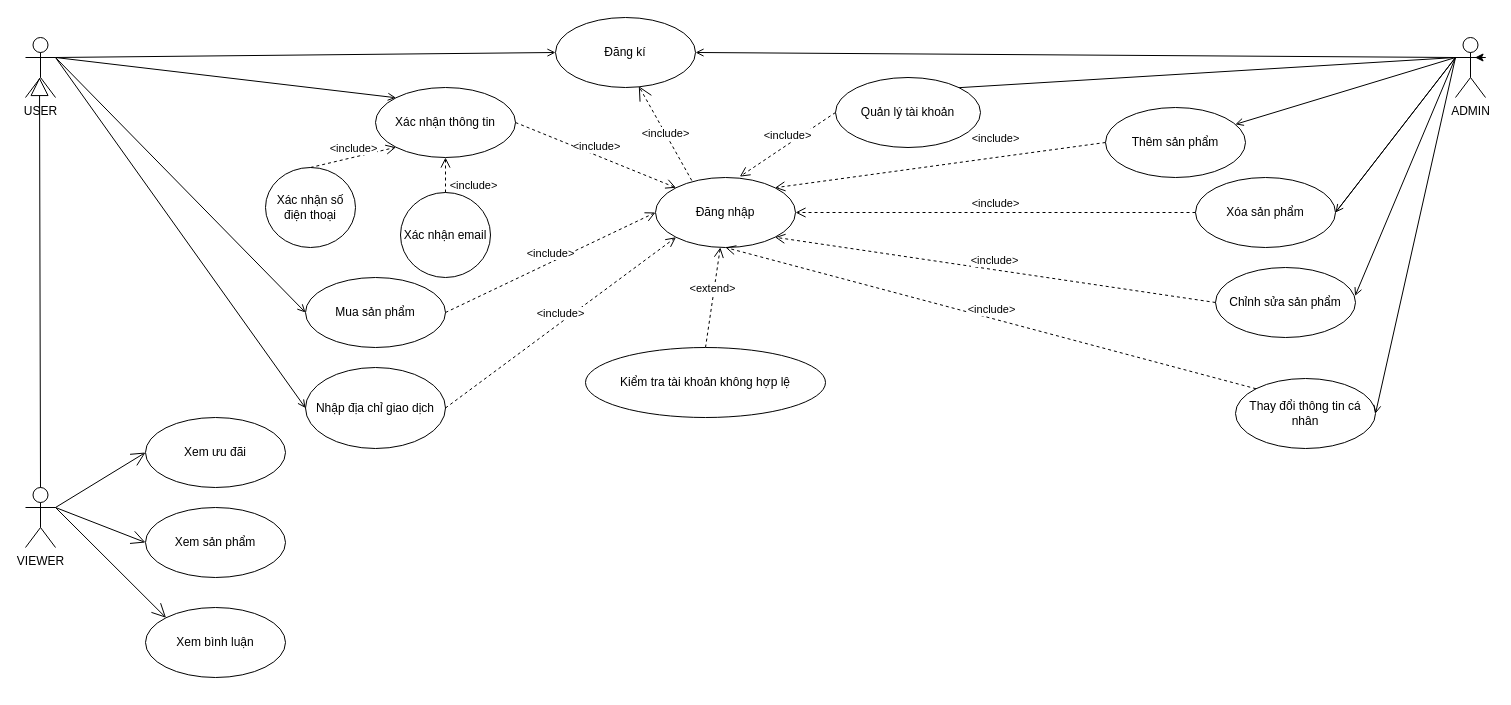
Above: USECASE.drawio in LeeTaDa/LeTatDat (draw.io), before the change. Source tidied: cells renumbered, new cells numbered last; positions are measured from the earlier drawing's top-left corner, leaving out a move shared by most shapes. Both pictures are drawn from the tidied source at 100%, with x=0, y=0 at pixel (25, 17).
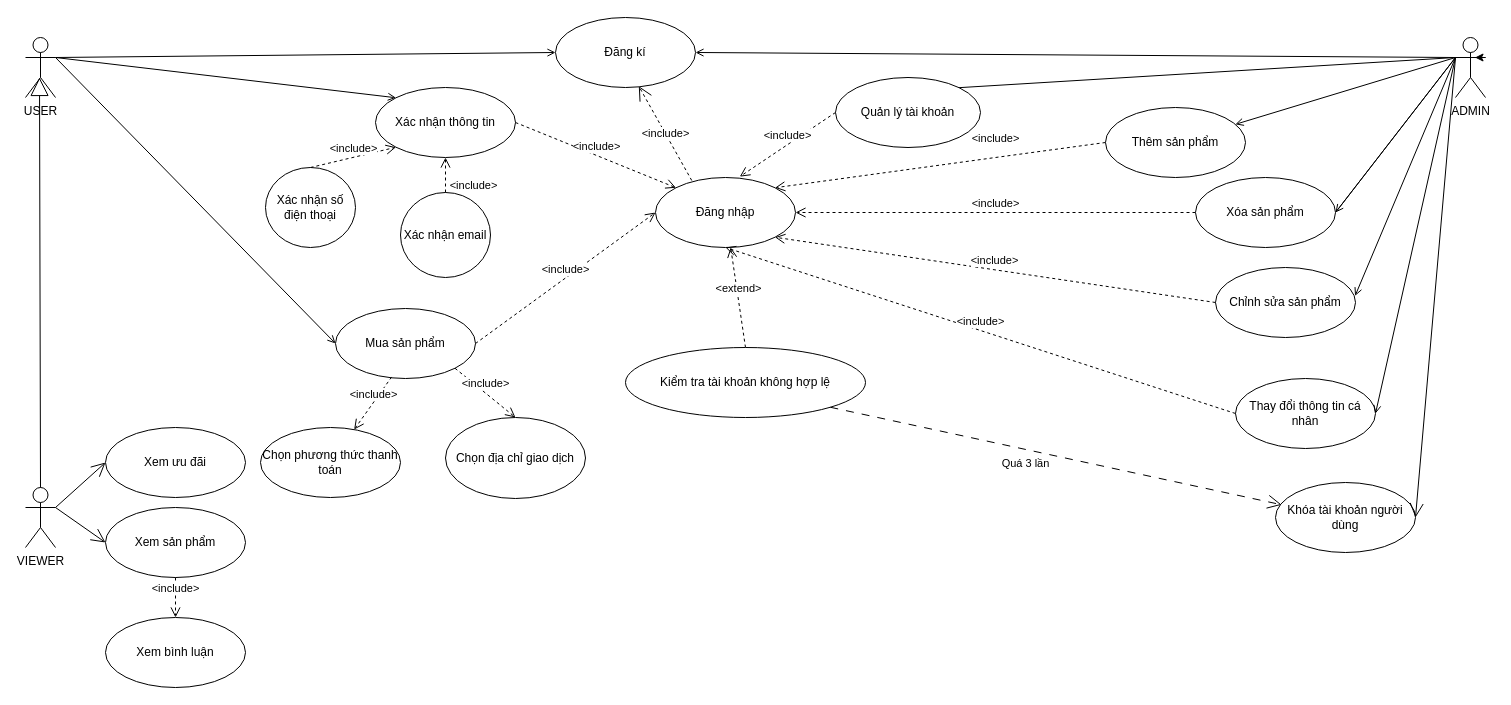
Above is the later version.

Unchanged cells that the change refers to:
```xml
<mxCell id="2" value="USER&lt;div&gt;&lt;br&gt;&lt;/div&gt;" style="shape=umlActor;verticalLabelPosition=bottom;verticalAlign=top;html=1;" parent="1" vertex="1">
  <mxGeometry y="20" width="30" height="60" as="geometry" />
</mxCell>
<mxCell id="4" value="Thay đổi thông tin cá nhân" style="ellipse;whiteSpace=wrap;html=1;" parent="1" vertex="1">
  <mxGeometry x="1210" y="361" width="140" height="70" as="geometry" />
</mxCell>
<mxCell id="6" value="ADMIN&lt;div&gt;&lt;br&gt;&lt;/div&gt;" style="shape=umlActor;verticalLabelPosition=bottom;verticalAlign=top;html=1;" parent="1" vertex="1">
  <mxGeometry x="1430" y="20" width="30" height="60" as="geometry" />
</mxCell>
<mxCell id="20" value="Đăng nhập" style="ellipse;whiteSpace=wrap;html=1;" parent="1" vertex="1">
  <mxGeometry x="630" y="160" width="140" height="70" as="geometry" />
</mxCell>
<mxCell id="41" value="VIEWER&lt;div&gt;&lt;br&gt;&lt;/div&gt;" style="shape=umlActor;verticalLabelPosition=bottom;verticalAlign=top;html=1;outlineConnect=0;" parent="1" vertex="1">
  <mxGeometry y="470" width="30" height="60" as="geometry" />
</mxCell>
```

What changed in the source:
```diff
@@
     <mxCell id="5" value="Mua sản phẩm" style="ellipse;whiteSpace=wrap;html=1;" parent="1" vertex="1">
-      <mxGeometry x="280" y="260" width="140" height="70" as="geometry" />
+      <mxGeometry x="310" y="291" width="140" height="70" as="geometry" />
     </mxCell>
@@
     <mxCell id="19" value="Kiểm tra tài khoản không hợp lệ" style="ellipse;whiteSpace=wrap;html=1;" parent="1" vertex="1">
-      <mxGeometry x="560" y="330" width="240" height="70" as="geometry" />
+      <mxGeometry x="600" y="330" width="240" height="70" as="geometry" />
     </mxCell>
@@
-    <mxCell id="24" value="&amp;lt;include&amp;gt;" style="html=1;verticalAlign=bottom;endArrow=open;dashed=1;endSize=8;curved=0;rounded=0;exitX=0;exitY=0;exitDx=0;exitDy=0;entryX=0.5;entryY=1;entryDx=0;entryDy=0;" parent="1" edge="1" source="4" target="20">
+    <mxCell id="24" value="&amp;lt;include&amp;gt;" style="html=1;verticalAlign=bottom;endArrow=open;dashed=1;endSize=8;curved=0;rounded=0;exitX=0;exitY=0.5;exitDx=0;exitDy=0;entryX=0.5;entryY=1;entryDx=0;entryDy=0;" parent="1" edge="1" source="4" target="20">
       <mxGeometry relative="1" as="geometry" />
     </mxCell>
@@
-    <mxCell id="34" value="Nhập địa chỉ giao dịch" style="ellipse;whiteSpace=wrap;html=1;" parent="1" vertex="1">
-      <mxGeometry x="280" y="350" width="140" height="81" as="geometry" />
+    <mxCell id="34" value="Chọn&lt;span style=&quot;background-color: initial;&quot;&gt;&amp;nbsp;địa chỉ giao dịch&lt;/span&gt;" style="ellipse;whiteSpace=wrap;html=1;" parent="1" vertex="1">
+      <mxGeometry x="420" y="400" width="140" height="81" as="geometry" />
     </mxCell>
-    <mxCell id="35" style="endArrow=none;html=1;rounded=0;entryX=1;entryY=0.3333333333333333;entryDx=0;entryDy=0;entryPerimeter=0;exitX=0;exitY=0.5;exitDx=0;exitDy=0;startArrow=open;startFill=0;endFill=0;" parent="1" edge="1" source="34" target="2">
-      <mxGeometry relative="1" as="geometry" />
-    </mxCell>
-    <mxCell id="36" value="&amp;lt;include&amp;gt;" style="html=1;verticalAlign=bottom;endArrow=open;dashed=1;endSize=8;curved=0;rounded=0;exitX=1;exitY=0.5;exitDx=0;exitDy=0;entryX=0;entryY=1;entryDx=0;entryDy=0;" parent="1" edge="1" source="34" target="20">
-      <mxGeometry relative="1" as="geometry" />
-    </mxCell>
@@
     <mxCell id="43" value="Xem sản phẩm" style="ellipse;whiteSpace=wrap;html=1;" parent="1" vertex="1">
-      <mxGeometry x="120" y="490" width="140" height="70" as="geometry" />
+      <mxGeometry x="80" y="490" width="140" height="70" as="geometry" />
     </mxCell>
     <mxCell id="44" value="Xem bình luận" style="ellipse;whiteSpace=wrap;html=1;" parent="1" vertex="1">
-      <mxGeometry x="120" y="590" width="140" height="70" as="geometry" />
+      <mxGeometry x="80" y="600" width="140" height="70" as="geometry" />
     </mxCell>
     <mxCell id="45" value="Xem ưu đãi" style="ellipse;whiteSpace=wrap;html=1;" parent="1" vertex="1">
-      <mxGeometry x="120" y="400" width="140" height="70" as="geometry" />
+      <mxGeometry x="80" y="410" width="140" height="70" as="geometry" />
     </mxCell>
@@
-    <mxCell id="47" style="endArrow=open;endFill=1;endSize=12;html=1;rounded=0;exitX=1;exitY=0.3333333333333333;exitDx=0;exitDy=0;exitPerimeter=0;entryX=0;entryY=0;entryDx=0;entryDy=0;" parent="1" edge="1" source="41" target="44">
-      <mxGeometry relative="1" as="geometry" />
-    </mxCell>
@@
+    <mxCell id="49" value="&amp;lt;include&amp;gt;" style="html=1;verticalAlign=bottom;endArrow=open;dashed=1;endSize=8;curved=0;rounded=0;exitX=0.5;exitY=1;exitDx=0;exitDy=0;entryX=0.5;entryY=0;entryDx=0;entryDy=0;" parent="1" edge="1" source="43" target="44">
+      <mxGeometry relative="1" as="geometry" />
+    </mxCell>
+    <mxCell id="50" value="Chọn phương thức thanh toán" style="ellipse;whiteSpace=wrap;html=1;" parent="1" vertex="1">
+      <mxGeometry x="235" y="410" width="140" height="70" as="geometry" />
+    </mxCell>
+    <mxCell id="51" value="&amp;lt;include&amp;gt;" style="html=1;verticalAlign=bottom;endArrow=open;dashed=1;endSize=8;curved=0;rounded=0;exitX=1;exitY=1;exitDx=0;exitDy=0;entryX=0.5;entryY=0;entryDx=0;entryDy=0;" parent="1" edge="1" source="5" target="34">
+      <mxGeometry relative="1" as="geometry" />
+    </mxCell>
+    <mxCell id="52" value="&amp;lt;include&amp;gt;" style="html=1;verticalAlign=bottom;endArrow=open;dashed=1;endSize=8;curved=0;rounded=0;exitX=0.401;exitY=0.978;exitDx=0;exitDy=0;exitPerimeter=0;" parent="1" edge="1" source="5" target="50">
+      <mxGeometry relative="1" as="geometry" />
+    </mxCell>
+    <mxCell id="53" value="Khóa tài khoản người dùng" style="ellipse;whiteSpace=wrap;html=1;" parent="1" vertex="1">
+      <mxGeometry x="1250" y="465" width="140" height="70" as="geometry" />
+    </mxCell>
+    <mxCell id="54" style="endArrow=open;endFill=1;endSize=12;html=1;rounded=0;exitX=0;exitY=0.3333333333333333;exitDx=0;exitDy=0;exitPerimeter=0;entryX=1;entryY=0.5;entryDx=0;entryDy=0;" parent="1" edge="1" source="6" target="53">
+      <mxGeometry relative="1" as="geometry" />
+    </mxCell>
+    <mxCell id="55" style="endArrow=open;endFill=1;endSize=12;html=1;rounded=0;exitX=1;exitY=1;exitDx=0;exitDy=0;entryX=0.044;entryY=0.318;entryDx=0;entryDy=0;entryPerimeter=0;dashed=1;dashPattern=8 8;" parent="1" edge="1" source="19" target="53">
+      <mxGeometry relative="1" as="geometry" />
+    </mxCell>
+    <mxCell id="56" value="Quá 3 lần" style="edgeLabel;html=1;align=center;verticalAlign=middle;" parent="55" vertex="1">
+      <mxGeometry x="-0.82" y="-6" relative="1" as="geometry">
+        <mxPoint x="155" y="41" as="offset" />
+      </mxGeometry>
+    </mxCell>
```
